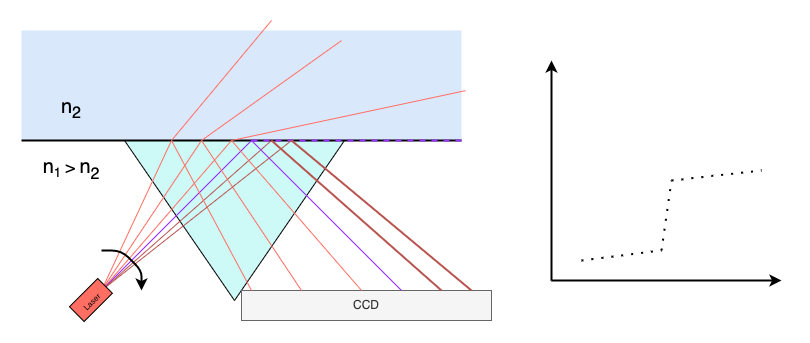
The draw.io diagram docs/schémas électronique/density1.png in AlexandreDoneux/TFE, before a commit. Source tidied: cells renumbered, new cells last; positions are measured from the earlier drawing's top-left corner, leaving out a move shared by most shapes. The source it was exported from:
```xml
<mxGraphModel background="#ffffff">
  <root>
    <mxCell id="0" />
    <mxCell id="1" parent="0" />
    <mxCell id="2" style="triangle;whiteSpace=wrap;html=1;rotation=90;fillColor=#cdfaf7;" parent="1" vertex="1">
      <mxGeometry x="133" y="90" width="160" height="220" as="geometry" />
    </mxCell>
    <mxCell id="3" style="rounded=0;whiteSpace=wrap;html=1;fontSize=20;fillColor=#dae8fc;strokeColor=none;" parent="1" vertex="1">
      <mxGeometry y="10" width="440" height="110" as="geometry" />
    </mxCell>
    <mxCell id="4" style="endArrow=none;html=1;strokeWidth=2;" parent="1" edge="1">
      <mxGeometry relative="1" as="geometry">
        <mxPoint y="120" as="sourcePoint" />
        <mxPoint x="440" y="120" as="targetPoint" />
      </mxGeometry>
    </mxCell>
    <mxCell id="5" value="CCD" style="rounded=0;whiteSpace=wrap;html=1;fillColor=#f5f5f5;fontColor=#333333;strokeColor=#666666;" parent="1" vertex="1">
      <mxGeometry x="220" y="270" width="250" height="30" as="geometry" />
    </mxCell>
    <mxCell id="6" style="endArrow=none;html=1;strokeWidth=1;fillColor=#f8cecc;strokeColor=#FF6E63;" parent="1" edge="1">
      <mxGeometry relative="1" as="geometry">
        <mxPoint x="80" y="270" as="sourcePoint" />
        <mxPoint x="150" y="120" as="targetPoint" />
      </mxGeometry>
    </mxCell>
    <mxCell id="7" style="endArrow=none;html=1;strokeWidth=1;fillColor=#f8cecc;strokeColor=#FF6E63;" parent="1" edge="1">
      <mxGeometry relative="1" as="geometry">
        <mxPoint x="80" y="270" as="sourcePoint" />
        <mxPoint x="180" y="120" as="targetPoint" />
      </mxGeometry>
    </mxCell>
    <mxCell id="8" value="&lt;font style=&quot;&quot;&gt;&lt;span style=&quot;font-size: 20px;&quot;&gt;n&lt;/span&gt;&lt;font style=&quot;font-size: 16px;&quot;&gt;&lt;sub&gt;1&lt;/sub&gt;&amp;nbsp;&amp;gt;&amp;nbsp;&lt;/font&gt;&lt;/font&gt;&lt;span style=&quot;font-size: 20px;&quot;&gt;n&lt;/span&gt;&lt;sub style=&quot;border-color: var(--border-color);&quot;&gt;&lt;font style=&quot;border-color: var(--border-color); font-size: 16px;&quot;&gt;2&lt;/font&gt;&lt;/sub&gt;" style="text;html=1;strokeColor=none;fillColor=none;align=center;verticalAlign=middle;whiteSpace=wrap;rounded=0;fontSize=29;" parent="1" vertex="1">
      <mxGeometry x="20" y="130" width="60" height="30" as="geometry" />
    </mxCell>
    <mxCell id="9" value="&lt;font style=&quot;font-size: 20px;&quot;&gt;n&lt;sub&gt;&lt;font style=&quot;font-size: 16px;&quot;&gt;2&lt;/font&gt;&lt;/sub&gt;&lt;/font&gt;" style="text;html=1;strokeColor=none;fillColor=none;align=center;verticalAlign=middle;whiteSpace=wrap;rounded=0;fontSize=29;" parent="1" vertex="1">
      <mxGeometry x="20" y="70" width="60" height="30" as="geometry" />
    </mxCell>
    <mxCell id="10" style="endArrow=none;html=1;strokeWidth=1;fillColor=#f8cecc;strokeColor=#FF6E63;" parent="1" edge="1">
      <mxGeometry relative="1" as="geometry">
        <mxPoint x="80" y="270" as="sourcePoint" />
        <mxPoint x="210" y="120" as="targetPoint" />
      </mxGeometry>
    </mxCell>
    <mxCell id="11" style="endArrow=none;html=1;strokeWidth=1;fillColor=#f8cecc;strokeColor=#9933FF;" parent="1" edge="1">
      <mxGeometry relative="1" as="geometry">
        <mxPoint x="80" y="270" as="sourcePoint" />
        <mxPoint x="230" y="120" as="targetPoint" />
      </mxGeometry>
    </mxCell>
    <mxCell id="12" style="endArrow=none;html=1;strokeWidth=1;fillColor=#f8cecc;strokeColor=#b85450;" parent="1" edge="1">
      <mxGeometry relative="1" as="geometry">
        <mxPoint x="80" y="270" as="sourcePoint" />
        <mxPoint x="250" y="120" as="targetPoint" />
      </mxGeometry>
    </mxCell>
    <mxCell id="13" style="endArrow=none;html=1;strokeWidth=1;fillColor=#f8cecc;strokeColor=#FF6E63;" parent="1" edge="1">
      <mxGeometry relative="1" as="geometry">
        <mxPoint x="150" y="120" as="sourcePoint" />
        <mxPoint x="250" as="targetPoint" />
      </mxGeometry>
    </mxCell>
    <mxCell id="14" style="endArrow=none;html=1;strokeWidth=1;fillColor=#f8cecc;strokeColor=#FF6E63;entryX=0.441;entryY=0.552;entryDx=0;entryDy=0;entryPerimeter=0;" parent="1" edge="1">
      <mxGeometry relative="1" as="geometry">
        <mxPoint x="180" y="120" as="sourcePoint" />
        <mxPoint x="320" y="20.1" as="targetPoint" />
      </mxGeometry>
    </mxCell>
    <mxCell id="15" style="endArrow=none;html=1;strokeWidth=1;fillColor=#f8cecc;strokeColor=#FF6E63;entryX=1.009;entryY=0.547;entryDx=0;entryDy=0;entryPerimeter=0;" parent="1" edge="1" target="3">
      <mxGeometry relative="1" as="geometry">
        <mxPoint x="210" y="120" as="sourcePoint" />
      </mxGeometry>
    </mxCell>
    <mxCell id="16" style="endArrow=none;html=1;strokeWidth=2;fillColor=#f8cecc;strokeColor=#9933FF;dashed=1;" parent="1" edge="1">
      <mxGeometry relative="1" as="geometry">
        <mxPoint x="230" y="120" as="sourcePoint" />
        <mxPoint x="440" y="120" as="targetPoint" />
      </mxGeometry>
    </mxCell>
    <mxCell id="17" style="endArrow=none;html=1;strokeWidth=2;fillColor=#f8cecc;strokeColor=#b85450;" parent="1" edge="1">
      <mxGeometry relative="1" as="geometry">
        <mxPoint x="250" y="120" as="sourcePoint" />
        <mxPoint x="420" y="270" as="targetPoint" />
      </mxGeometry>
    </mxCell>
    <mxCell id="18" style="endArrow=none;html=1;strokeWidth=1;fillColor=#f8cecc;strokeColor=#FF6E63;" parent="1" edge="1">
      <mxGeometry relative="1" as="geometry">
        <mxPoint x="150" y="120" as="sourcePoint" />
        <mxPoint x="230" y="270" as="targetPoint" />
      </mxGeometry>
    </mxCell>
    <mxCell id="19" style="endArrow=none;html=1;strokeWidth=1;fillColor=#f8cecc;strokeColor=#FF6E63;" parent="1" edge="1">
      <mxGeometry relative="1" as="geometry">
        <mxPoint x="180" y="120" as="sourcePoint" />
        <mxPoint x="280" y="270" as="targetPoint" />
      </mxGeometry>
    </mxCell>
    <mxCell id="20" style="endArrow=none;html=1;strokeWidth=1;fillColor=#f8cecc;strokeColor=#FF6E63;" parent="1" edge="1">
      <mxGeometry relative="1" as="geometry">
        <mxPoint x="210" y="120" as="sourcePoint" />
        <mxPoint x="340" y="270" as="targetPoint" />
      </mxGeometry>
    </mxCell>
    <mxCell id="21" style="endArrow=none;html=1;strokeWidth=1;fillColor=#f8cecc;strokeColor=#9933FF;" parent="1" edge="1">
      <mxGeometry relative="1" as="geometry">
        <mxPoint x="230" y="120" as="sourcePoint" />
        <mxPoint x="380" y="270" as="targetPoint" />
      </mxGeometry>
    </mxCell>
    <mxCell id="22" style="endArrow=none;html=1;strokeWidth=1;fillColor=#f8cecc;strokeColor=#b85450;" parent="1" edge="1">
      <mxGeometry relative="1" as="geometry">
        <mxPoint x="80" y="270" as="sourcePoint" />
        <mxPoint x="270" y="120" as="targetPoint" />
      </mxGeometry>
    </mxCell>
    <mxCell id="23" style="endArrow=none;html=1;strokeWidth=2;fillColor=#f8cecc;strokeColor=#b85450;entryX=0.92;entryY=0;entryDx=0;entryDy=0;entryPerimeter=0;" parent="1" edge="1" target="5">
      <mxGeometry relative="1" as="geometry">
        <mxPoint x="270" y="120" as="sourcePoint" />
      </mxGeometry>
    </mxCell>
    <mxCell id="24" style="endArrow=classic;html=1;strokeColor=#000000;strokeWidth=2;fontSize=16;" parent="1" edge="1">
      <mxGeometry relative="1" as="geometry">
        <mxPoint x="80" y="230" as="sourcePoint" />
        <mxPoint x="120" y="270" as="targetPoint" />
        <Array as="points">
          <mxPoint x="100" y="230" />
          <mxPoint x="120" y="250" />
        </Array>
      </mxGeometry>
    </mxCell>
    <mxCell id="25" value="&lt;font style=&quot;font-size: 8px;&quot;&gt;Laser&lt;/font&gt;" style="rounded=0;whiteSpace=wrap;html=1;fontSize=16;fillColor=#FF6E63;strokeColor=#000000;rotation=-45;" parent="1" vertex="1">
      <mxGeometry x="49.4" y="269.2" width="40" height="20.7" as="geometry" />
    </mxCell>
    <mxCell id="26" style="endArrow=classic;html=1;strokeColor=#000000;strokeWidth=2;fontSize=8;startArrow=none;startFill=0;endFill=1;" parent="1" edge="1">
      <mxGeometry relative="1" as="geometry">
        <mxPoint x="530" y="260" as="sourcePoint" />
        <mxPoint x="530" y="40" as="targetPoint" />
      </mxGeometry>
    </mxCell>
    <mxCell id="27" style="endArrow=classic;html=1;strokeColor=#000000;strokeWidth=2;fontSize=8;endFill=1;" parent="1" edge="1">
      <mxGeometry relative="1" as="geometry">
        <mxPoint x="530" y="260" as="sourcePoint" />
        <mxPoint x="760" y="260" as="targetPoint" />
      </mxGeometry>
    </mxCell>
    <mxCell id="28" style="endArrow=none;html=1;strokeColor=#000000;strokeWidth=2;fontSize=8;dashed=1;dashPattern=1 4;" parent="1" edge="1">
      <mxGeometry relative="1" as="geometry">
        <mxPoint x="560" y="240" as="sourcePoint" />
        <mxPoint x="640" y="230" as="targetPoint" />
      </mxGeometry>
    </mxCell>
    <mxCell id="29" style="endArrow=none;html=1;strokeColor=#000000;strokeWidth=2;fontSize=8;dashed=1;dashPattern=1 4;sourcePerimeterSpacing=0;jumpStyle=none;shadow=0;" parent="1" edge="1">
      <mxGeometry relative="1" as="geometry">
        <mxPoint x="640" y="230" as="sourcePoint" />
        <mxPoint x="650" y="160" as="targetPoint" />
      </mxGeometry>
    </mxCell>
    <mxCell id="30" style="endArrow=none;html=1;strokeColor=#000000;strokeWidth=2;fontSize=8;dashed=1;dashPattern=1 4;" parent="1" edge="1">
      <mxGeometry relative="1" as="geometry">
        <mxPoint x="650" y="160" as="sourcePoint" />
        <mxPoint x="740" y="150" as="targetPoint" />
      </mxGeometry>
    </mxCell>
  </root>
</mxGraphModel>
```
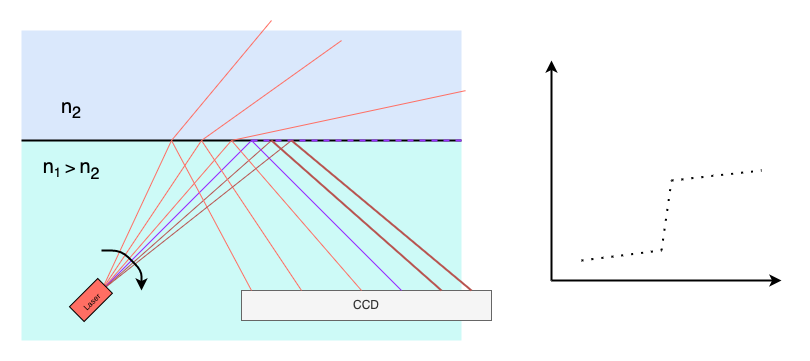
The same diagram one commit later.

Commit message:
[docs] Ajout et modifications des schémas drawio et png de la documentation

Diff of the diagram source:
```diff
@@ -2,9 +2,9 @@
   <root>
     <mxCell id="0" />
     <mxCell id="1" parent="0" />
-    <mxCell id="2" style="triangle;whiteSpace=wrap;html=1;rotation=90;fillColor=#cdfaf7;" parent="1" vertex="1">
-      <mxGeometry x="133" y="90" width="160" height="220" as="geometry" />
-    </mxCell>
+    <mxCell id="31" style="rounded=0;whiteSpace=wrap;html=1;fontSize=20;fillColor=#CDFAF7;strokeColor=none;" parent="1" vertex="1">
+      <mxGeometry y="120" width="440" height="200" as="geometry" />
+    </mxCell>
     <mxCell id="3" style="rounded=0;whiteSpace=wrap;html=1;fontSize=20;fillColor=#dae8fc;strokeColor=none;" parent="1" vertex="1">
       <mxGeometry y="10" width="440" height="110" as="geometry" />
     </mxCell>
```
